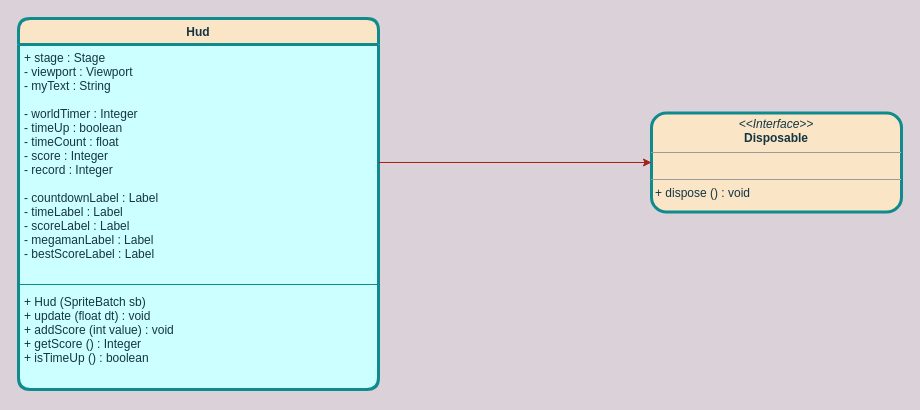
Before: page "Scenes" (2 of 4) of uml.drawio in thanhhoann/megaman, a draw.io diagram. Source tidied: cells renumbered, new cells numbered last; positions are measured from the earlier drawing's top-left corner, leaving out a move shared by most shapes. Both pictures are drawn from the tidied source at 100%, with x=0, y=0 at pixel (18, 18).
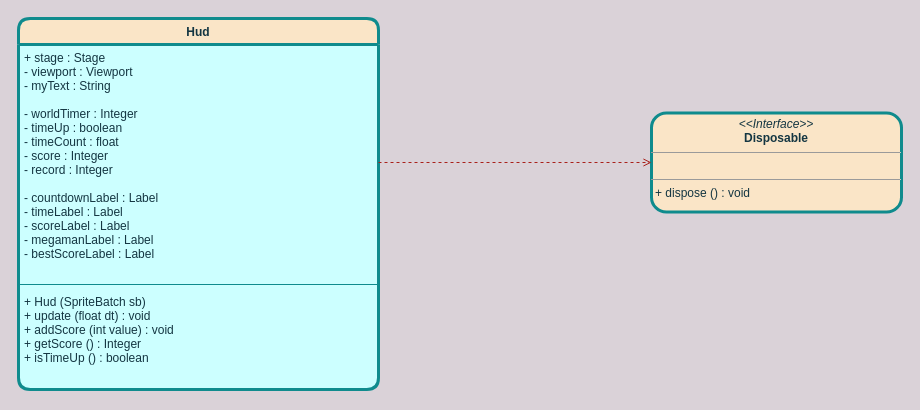
Above is the later version.

Change to the diagram source:
```diff
@@
 <mxGraphModel background="#DAD2D8">
   <root>
     <mxCell id="0" />
     <mxCell id="1" parent="0" />
     <mxCell id="2" value="&lt;p style=&quot;margin: 0px ; margin-top: 4px ; text-align: center&quot;&gt;&lt;i&gt;&amp;lt;&amp;lt;Interface&amp;gt;&amp;gt;&lt;/i&gt;&lt;br&gt;&lt;b&gt;Disposable&lt;/b&gt;&lt;/p&gt;&lt;hr size=&quot;1&quot;&gt;&lt;p style=&quot;margin: 0px ; margin-left: 4px&quot;&gt;&lt;br&gt;&lt;/p&gt;&lt;hr size=&quot;1&quot;&gt;&lt;p style=&quot;margin: 0px ; margin-left: 4px&quot;&gt;&lt;span&gt;+ dispose () : void&lt;/span&gt;&lt;br&gt;&lt;/p&gt;" style="verticalAlign=top;align=left;overflow=fill;fontSize=12;fontFamily=Helvetica;html=1;strokeWidth=3;rounded=1;shadow=0;sketch=0;glass=0;perimeterSpacing=0;fillColor=#FAE5C7;strokeColor=#0F8B8D;fontColor=#143642;" parent="1" vertex="1">
       <mxGeometry x="633" y="94.5" width="250" height="99" as="geometry" />
     </mxCell>
-    <mxCell id="3" value="Hud" style="swimlane;fontStyle=1;align=center;verticalAlign=top;horizontal=1;startSize=26;strokeColor=#0F8B8D;fillColor=#FAE5C7;rounded=1;strokeWidth=3;fontColor=#143642;swimlaneFillColor=#CCFFFF;" parent="1" vertex="1">
+    <mxCell id="3" value="Hud" style="swimlane;fontStyle=1;align=center;verticalAlign=top;horizontal=1;startSize=26;fillColor=#FAE5C7;rounded=1;strokeWidth=3;fontColor=#143642;swimlaneFillColor=#CCFFFF;strokeColor=#0F8B8D;" parent="1" vertex="1">
       <mxGeometry width="360" height="371" as="geometry" />
     </mxCell>
     <mxCell id="4" value="+ stage : Stage&#10;- viewport : Viewport&#10;- myText : String&#10;&#10;- worldTimer : Integer&#10;- timeUp : boolean&#10;- timeCount : float&#10;- score : Integer&#10;- record : Integer&#10;&#10;- countdownLabel : Label&#10;- timeLabel : Label&#10;- scoreLabel : Label&#10;- megamanLabel : Label&#10;- bestScoreLabel : Label&#10;&#10;" style="text;align=left;verticalAlign=top;spacingLeft=4;spacingRight=4;overflow=hidden;points=[[0,0.5],[1,0.5]];portConstraint=eastwest;strokeWidth=3;labelBackgroundColor=none;fontColor=#143642;fontStyle=0;" parent="3" vertex="1">
       <mxGeometry y="26" width="360" height="236" as="geometry" />
     </mxCell>
     <mxCell id="5" style="line;strokeWidth=1;fillColor=none;align=left;verticalAlign=middle;spacingTop=-1;spacingLeft=3;spacingRight=3;labelPosition=right;labelBackgroundColor=#DAD2D8;strokeColor=#0F8B8D;fontColor=#143642;" parent="3" vertex="1">
       <mxGeometry y="262" width="360" height="8" as="geometry" />
     </mxCell>
     <mxCell id="6" value="+ Hud (SpriteBatch sb) &#10;+ update (float dt) : void&#10;+ addScore (int value) : void&#10;+ getScore () : Integer&#10;+ isTimeUp () : boolean&#10;" style="text;strokeColor=none;fillColor=none;align=left;verticalAlign=top;spacingLeft=4;spacingRight=4;overflow=hidden;fontColor=#143642;fontStyle=0;" parent="3" vertex="1">
       <mxGeometry y="270" width="360" height="101" as="geometry" />
     </mxCell>
-    <mxCell id="7" style="edgeStyle=none;html=1;strokeColor=#A8201A;" parent="1" edge="1" source="4" target="2">
+    <mxCell id="7" style="edgeStyle=none;html=1;strokeColor=#A8201A;endArrow=open;endFill=0;dashed=1;" parent="1" edge="1" source="4" target="2">
       <mxGeometry relative="1" as="geometry" />
     </mxCell>
   </root>
 </mxGraphModel>
```
